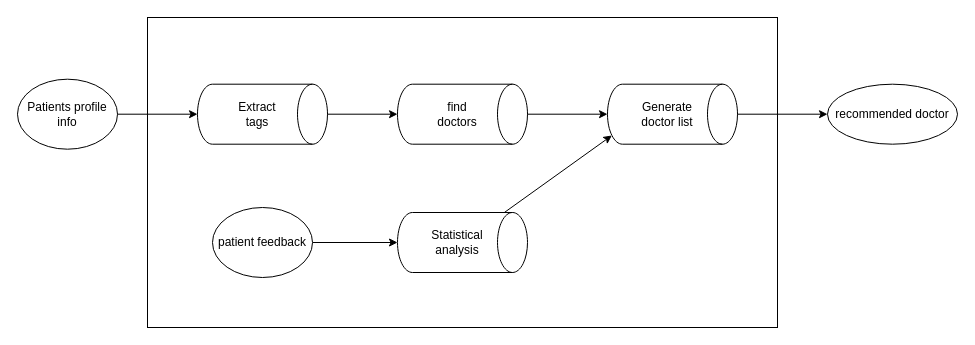
The draw.io diagram page "P&F Recommendation" (3 of 4) of HMS(1).drawio in KaziMuktadirAhmed/Test, before the edit. Source tidied: cells renumbered, new cells numbered last; positions are measured from the earlier drawing's top-left corner, leaving out a move shared by most shapes. Both pictures are drawn from the tidied source at 100%, with x=0, y=0 at pixel (17, 17).
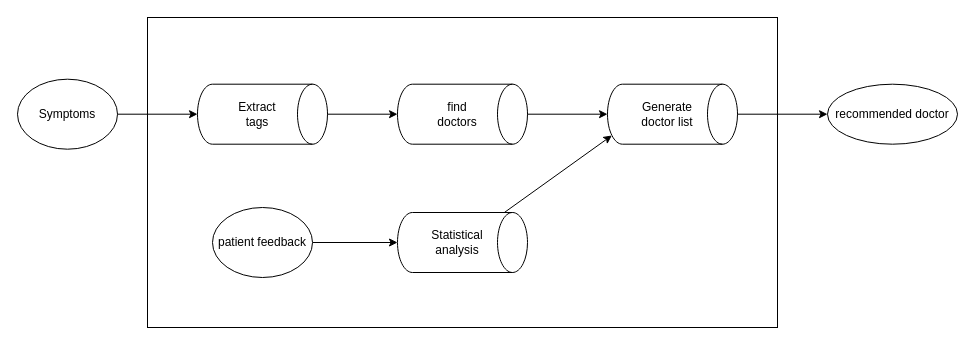
After the change.

Diff of the diagram source:
```diff
@@
-    <mxCell id="4" value="&lt;div&gt;Patients profile info&lt;br&gt;&lt;/div&gt;" style="ellipse;whiteSpace=wrap;html=1;" parent="1" vertex="1">
+    <mxCell id="4" value="&lt;div&gt;Symptoms&lt;br&gt;&lt;/div&gt;" style="ellipse;whiteSpace=wrap;html=1;" parent="1" vertex="1">
       <mxGeometry y="61.7" width="100" height="70" as="geometry" />
     </mxCell>
```
